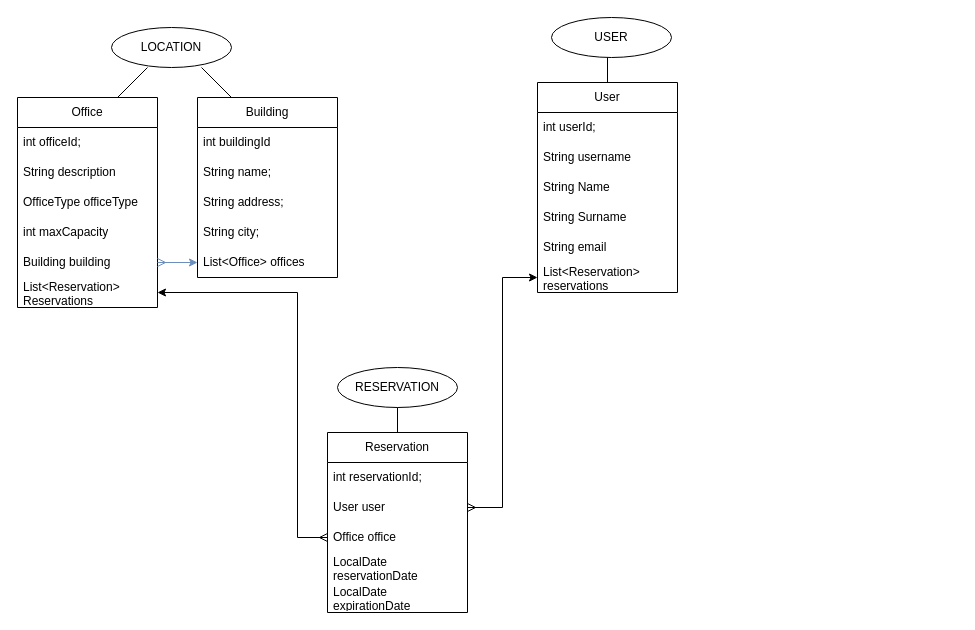
Earlier version of the draw.io diagram UNIT5/week1/day5/bookingManagement/Booking_management.drawio (Faffo96/epicode-fullstack). Source tidied: cells renumbered, new cells numbered last; positions are measured from the earlier drawing's top-left corner, leaving out a move shared by most shapes. Both pictures are drawn from the tidied source at 100%, with x=0, y=0 at pixel (17, 17).
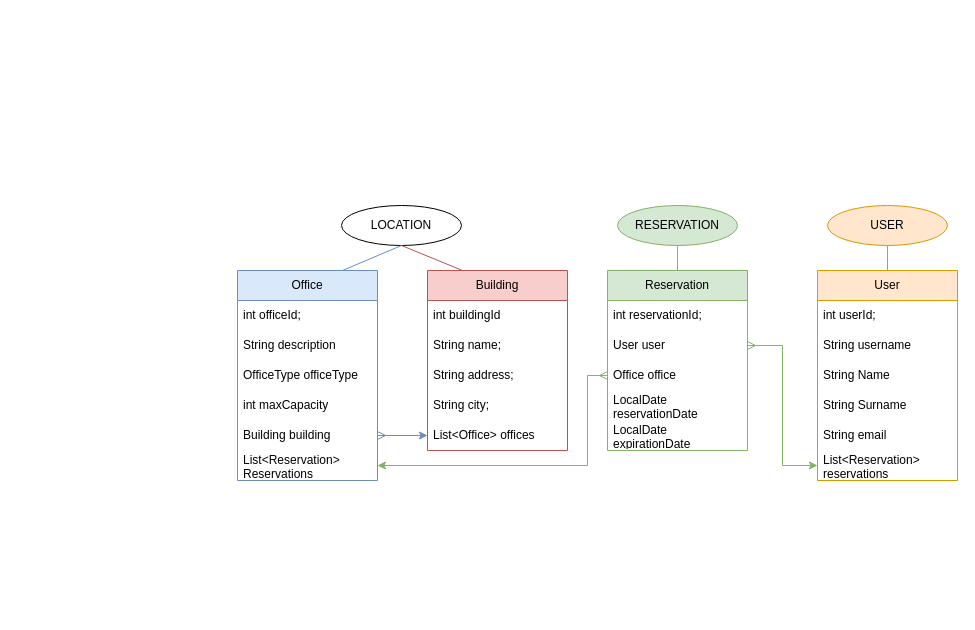
Above is the later version.

The change refers to these unchanged cells:
```xml
<mxCell id="11" value="List&amp;lt;Reservation&amp;gt; Reservations" style="text;strokeColor=none;fillColor=none;align=left;verticalAlign=middle;spacingLeft=4;spacingRight=4;overflow=hidden;points=[[0,0.5],[1,0.5]];portConstraint=eastwest;whiteSpace=wrap;html=1;" parent="5" vertex="1">
  <mxGeometry y="180" width="140" height="30" as="geometry" />
</mxCell>
<mxCell id="27" value="List&amp;lt;Reservation&amp;gt; reservations" style="text;strokeColor=none;fillColor=none;align=left;verticalAlign=middle;spacingLeft=4;spacingRight=4;overflow=hidden;points=[[0,0.5],[1,0.5]];portConstraint=eastwest;whiteSpace=wrap;html=1;" parent="21" vertex="1">
  <mxGeometry y="180" width="140" height="30" as="geometry" />
</mxCell>
<mxCell id="33" value="User user" style="text;strokeColor=none;fillColor=none;align=left;verticalAlign=middle;spacingLeft=4;spacingRight=4;overflow=hidden;points=[[0,0.5],[1,0.5]];portConstraint=eastwest;whiteSpace=wrap;html=1;" parent="31" vertex="1">
  <mxGeometry y="60" width="140" height="30" as="geometry" />
</mxCell>
<mxCell id="34" value="Office office" style="text;strokeColor=none;fillColor=none;align=left;verticalAlign=middle;spacingLeft=4;spacingRight=4;overflow=hidden;points=[[0,0.5],[1,0.5]];portConstraint=eastwest;whiteSpace=wrap;html=1;" parent="31" vertex="1">
  <mxGeometry y="90" width="140" height="30" as="geometry" />
</mxCell>
```

The edit, as a diff of the source:
```diff
@@
     <mxCell id="2" value="LOCATION" style="ellipse;whiteSpace=wrap;html=1;" parent="1" vertex="1">
-      <mxGeometry x="94" y="10" width="120" height="40" as="geometry" />
+      <mxGeometry x="324" y="188" width="120" height="40" as="geometry" />
     </mxCell>
-    <mxCell id="3" style="endArrow=none;html=1;rounded=0;" parent="1" edge="1">
-      <mxGeometry relative="1" as="geometry">
-        <mxPoint x="100" y="80" as="sourcePoint" />
-        <mxPoint x="130" y="50" as="targetPoint" />
-      </mxGeometry>
+    <mxCell id="3" style="endArrow=none;html=1;rounded=0;entryX=0.5;entryY=1;entryDx=0;entryDy=0;exitX=0.75;exitY=0;exitDx=0;exitDy=0;fillColor=#dae8fc;strokeColor=#6c8ebf;" parent="1" edge="1" source="5" target="2">
+      <mxGeometry relative="1" as="geometry" />
     </mxCell>
-    <mxCell id="4" style="endArrow=none;html=1;rounded=0;" parent="1" edge="1">
-      <mxGeometry relative="1" as="geometry">
-        <mxPoint x="214" y="80" as="sourcePoint" />
-        <mxPoint x="184" y="50" as="targetPoint" />
-      </mxGeometry>
+    <mxCell id="4" style="endArrow=none;html=1;rounded=0;exitX=0.25;exitY=0;exitDx=0;exitDy=0;entryX=0.5;entryY=1;entryDx=0;entryDy=0;fillColor=#f8cecc;strokeColor=#b85450;" parent="1" edge="1" source="12" target="2">
+      <mxGeometry relative="1" as="geometry" />
     </mxCell>
-    <mxCell id="5" value="Office" style="swimlane;fontStyle=0;horizontal=1;startSize=30;whiteSpace=wrap;html=1;" parent="1" vertex="1">
-      <mxGeometry y="80" width="140" height="210" as="geometry" />
+    <mxCell id="5" value="Office" style="swimlane;fontStyle=0;horizontal=1;startSize=30;whiteSpace=wrap;html=1;fillColor=#dae8fc;strokeColor=#6c8ebf;" parent="1" vertex="1">
+      <mxGeometry x="220" y="253" width="140" height="210" as="geometry" />
     </mxCell>
-    <mxCell id="6" value="int officeId;" style="text;strokeColor=none;fillColor=none;align=left;verticalAlign=middle;spacingLeft=4;spacingRight=4;overflow=hidden;whiteSpace=wrap;html=1;" parent="5" vertex="1">
+    <mxCell id="6" value="int officeId;" style="text;align=left;verticalAlign=middle;spacingLeft=4;spacingRight=4;overflow=hidden;whiteSpace=wrap;html=1;" parent="5" vertex="1">
       <mxGeometry y="30" width="140" height="30" as="geometry" />
     </mxCell>
@@
-    <mxCell id="12" value="Building" style="swimlane;fontStyle=0;horizontal=1;startSize=30;whiteSpace=wrap;html=1;" parent="1" vertex="1">
-      <mxGeometry x="180" y="80" width="140" height="180" as="geometry" />
+    <mxCell id="12" value="Building" style="swimlane;fontStyle=0;horizontal=1;startSize=30;whiteSpace=wrap;html=1;fillColor=#f8cecc;strokeColor=#b85450;" parent="1" vertex="1">
+      <mxGeometry x="410" y="253" width="140" height="180" as="geometry" />
     </mxCell>
@@
-    <mxCell id="19" value="USER" style="ellipse;whiteSpace=wrap;html=1;" parent="1" vertex="1">
-      <mxGeometry x="534" width="120" height="40" as="geometry" />
+    <mxCell id="19" value="USER" style="ellipse;whiteSpace=wrap;html=1;fillColor=#ffe6cc;strokeColor=#d79b00;" parent="1" vertex="1">
+      <mxGeometry x="810" y="188" width="120" height="40" as="geometry" />
     </mxCell>
-    <mxCell id="20" style="endArrow=none;html=1;rounded=0;exitX=0.5;exitY=0;exitDx=0;exitDy=0;" parent="1" edge="1" source="21">
-      <mxGeometry relative="1" as="geometry">
-        <mxPoint x="590" y="40" as="targetPoint" />
-      </mxGeometry>
+    <mxCell id="20" style="endArrow=none;html=1;rounded=0;exitX=0.5;exitY=0;exitDx=0;exitDy=0;fillColor=#ffe6cc;strokeColor=#d79b00;entryX=0.5;entryY=1;entryDx=0;entryDy=0;" parent="1" edge="1" source="21" target="19">
+      <mxGeometry relative="1" as="geometry" />
     </mxCell>
-    <mxCell id="21" value="User" style="swimlane;fontStyle=0;horizontal=1;startSize=30;whiteSpace=wrap;html=1;" parent="1" vertex="1">
-      <mxGeometry x="520" y="65" width="140" height="210" as="geometry" />
+    <mxCell id="21" value="User" style="swimlane;fontStyle=0;horizontal=1;startSize=30;whiteSpace=wrap;html=1;fillColor=#ffe6cc;strokeColor=#d79b00;" parent="1" vertex="1">
+      <mxGeometry x="800" y="253" width="140" height="210" as="geometry" />
     </mxCell>
@@
-    <mxCell id="28" style="edgeStyle=orthogonalEdgeStyle;rounded=0;jettySize=auto;html=1;exitX=0;exitY=0.5;exitDx=0;exitDy=0;entryX=1;entryY=0.5;entryDx=0;entryDy=0;endArrow=classic;endFill=1;startArrow=ERmany;startFill=0;" parent="1" edge="1" source="34" target="11">
+    <mxCell id="28" style="edgeStyle=orthogonalEdgeStyle;rounded=0;jettySize=auto;html=1;exitX=0;exitY=0.5;exitDx=0;exitDy=0;entryX=1;entryY=0.5;entryDx=0;entryDy=0;endArrow=classic;endFill=1;startArrow=ERmany;startFill=0;fillColor=#d5e8d4;strokeColor=#82b366;" parent="1" edge="1" source="34" target="11">
       <mxGeometry relative="1" as="geometry">
         <Array as="points">
-          <mxPoint x="280" y="520" />
-          <mxPoint x="280" y="275" />
+          <mxPoint x="570" y="358" />
+          <mxPoint x="570" y="448" />
         </Array>
       </mxGeometry>
     </mxCell>
-    <mxCell id="29" value="RESERVATION" style="ellipse;whiteSpace=wrap;html=1;" parent="1" vertex="1">
-      <mxGeometry x="320" y="350" width="120" height="40" as="geometry" />
+    <mxCell id="29" value="RESERVATION" style="ellipse;whiteSpace=wrap;html=1;fillColor=#d5e8d4;strokeColor=#82b366;" parent="1" vertex="1">
+      <mxGeometry x="600" y="188" width="120" height="40" as="geometry" />
     </mxCell>
-    <mxCell id="30" style="endArrow=none;html=1;rounded=0;exitX=0.5;exitY=0;exitDx=0;exitDy=0;" parent="1" edge="1" source="31">
-      <mxGeometry relative="1" as="geometry">
-        <mxPoint x="380" y="390" as="targetPoint" />
-      </mxGeometry>
+    <mxCell id="30" style="endArrow=none;html=1;rounded=0;exitX=0.5;exitY=0;exitDx=0;exitDy=0;entryX=0.5;entryY=1;entryDx=0;entryDy=0;fillColor=#d5e8d4;strokeColor=#82b366;" parent="1" edge="1" source="31" target="29">
+      <mxGeometry relative="1" as="geometry" />
     </mxCell>
-    <mxCell id="31" value="Reservation" style="swimlane;fontStyle=0;horizontal=1;startSize=30;whiteSpace=wrap;html=1;" parent="1" vertex="1">
-      <mxGeometry x="310" y="415" width="140" height="180" as="geometry" />
+    <mxCell id="31" value="Reservation" style="swimlane;fontStyle=0;horizontal=1;startSize=30;whiteSpace=wrap;html=1;fillColor=#d5e8d4;strokeColor=#82b366;" parent="1" vertex="1">
+      <mxGeometry x="590" y="253" width="140" height="180" as="geometry" />
     </mxCell>
@@
-    <mxCell id="37" style="edgeStyle=orthogonalEdgeStyle;rounded=0;jettySize=auto;html=1;exitX=0;exitY=0.5;exitDx=0;exitDy=0;entryX=1;entryY=0.5;entryDx=0;entryDy=0;endArrow=ERmany;endFill=0;startArrow=classic;startFill=1;" parent="1" edge="1" source="27" target="33">
+    <mxCell id="37" style="edgeStyle=orthogonalEdgeStyle;rounded=0;jettySize=auto;html=1;exitX=0;exitY=0.5;exitDx=0;exitDy=0;entryX=1;entryY=0.5;entryDx=0;entryDy=0;endArrow=ERmany;endFill=0;startArrow=classic;startFill=1;fillColor=#d5e8d4;strokeColor=#82b366;" parent="1" edge="1" source="27" target="33">
       <mxGeometry relative="1" as="geometry" />
     </mxCell>
```
